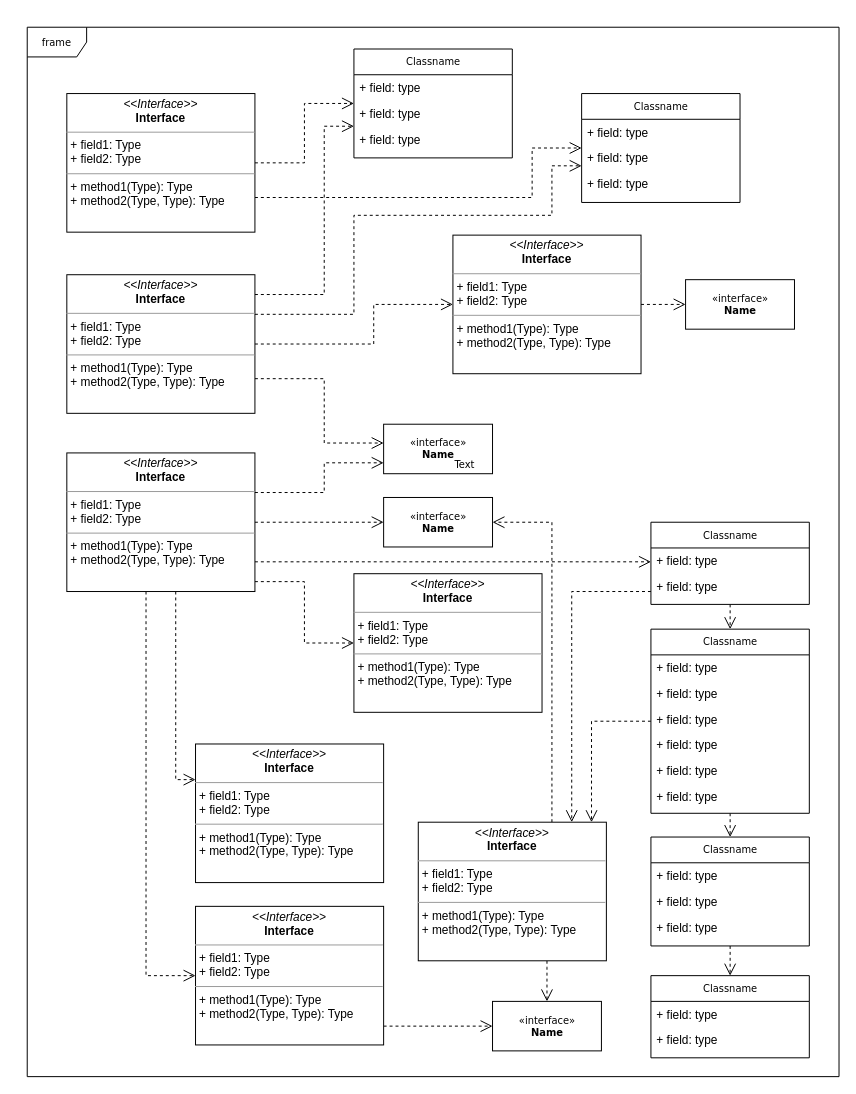
The draw.io diagram Klassenstrukturen/Untitled Diagram.drawio in JulianGottfried/ATdIT_Gruppe2, before the edit. Source tidied: cells renumbered, new cells numbered last; positions are measured from the earlier drawing's top-left corner, leaving out a move shared by most shapes. Both pictures are drawn from the tidied source at 99%, with x=0, y=0 at pixel (27, 27).
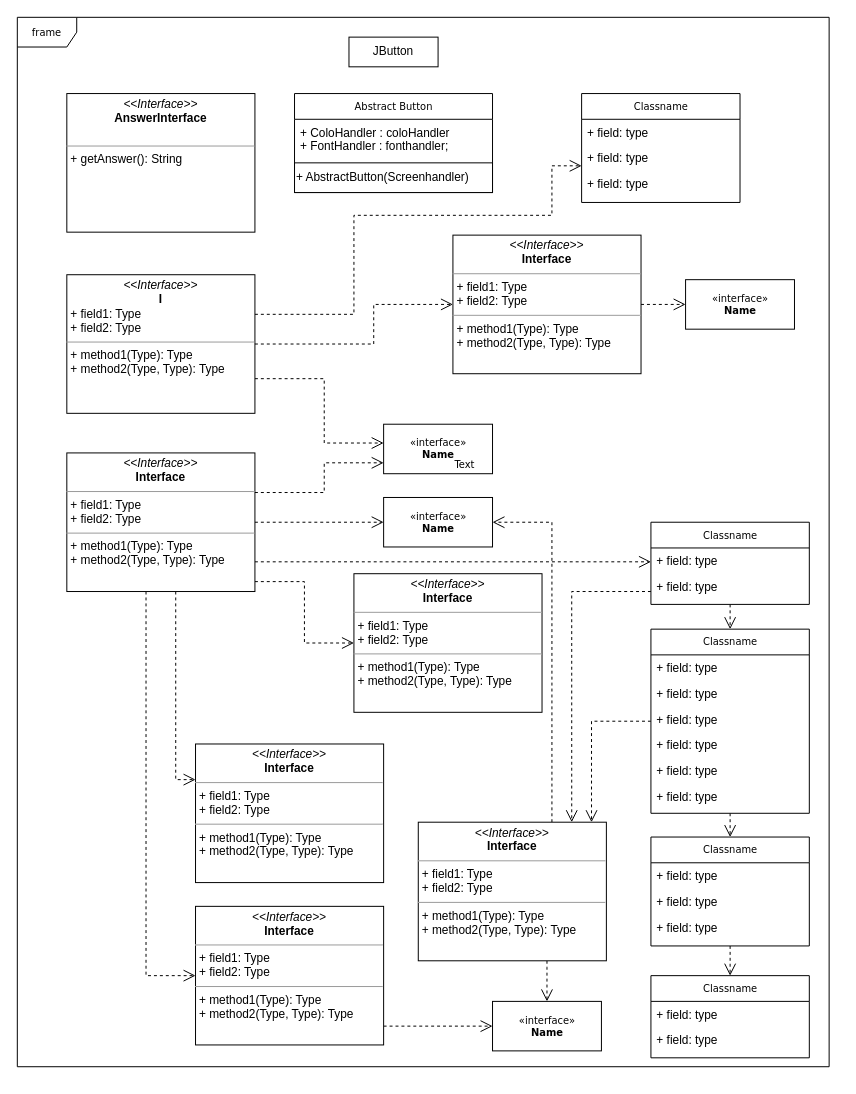
The same diagram, later.

Unchanged cells that the change refers to:
```xml
<mxCell id="16" value="Classname" style="swimlane;html=1;fontStyle=0;horizontal=1;startSize=26;fillColor=none;swimlaneFillColor=#ffffff;rounded=0;shadow=0;comic=0;labelBackgroundColor=none;strokeWidth=1;fontFamily=Verdana;fontSize=10;align=center;" parent="1" vertex="1">
  <mxGeometry x="560" y="67" width="160" height="110" as="geometry" />
</mxCell>
```

Change to the diagram source:
```diff
@@
     <mxCell id="2" value="frame" style="shape=umlFrame;whiteSpace=wrap;html=1;rounded=0;shadow=0;comic=0;labelBackgroundColor=none;strokeWidth=1;fontFamily=Verdana;fontSize=10;align=center;" parent="1" vertex="1">
-      <mxGeometry width="820" height="1060" as="geometry" />
+      <mxGeometry x="-10" y="-10" width="820" height="1060" as="geometry" />
     </mxCell>
@@
-    <mxCell id="12" value="Classname" style="swimlane;html=1;fontStyle=0;horizontal=1;startSize=26;fillColor=none;swimlaneFillColor=#ffffff;rounded=0;shadow=0;comic=0;labelBackgroundColor=none;strokeWidth=1;fontFamily=Verdana;fontSize=10;align=center;" parent="1" vertex="1">
-      <mxGeometry x="330" y="22" width="160" height="110" as="geometry" />
+    <mxCell id="12" value="Abstract Button" style="swimlane;html=1;fontStyle=0;horizontal=1;startSize=26;fillColor=none;swimlaneFillColor=#ffffff;rounded=0;shadow=0;comic=0;labelBackgroundColor=none;strokeWidth=1;fontFamily=Verdana;fontSize=10;align=center;" parent="1" vertex="1">
+      <mxGeometry x="270" y="67" width="200" height="100" as="geometry" />
     </mxCell>
-    <mxCell id="13" value="+ field: type" style="text;html=1;strokeColor=none;fillColor=none;align=left;verticalAlign=top;spacingLeft=4;spacingRight=4;whiteSpace=wrap;overflow=hidden;" parent="12" vertex="1">
-      <mxGeometry y="26" width="160" height="26" as="geometry" />
+    <mxCell id="13" value="+ ColoHandler : coloHandler&lt;br&gt;+ FontHandler : fonthandler;" style="text;html=1;strokeColor=none;fillColor=none;align=left;verticalAlign=top;spacingLeft=4;spacingRight=4;whiteSpace=wrap;overflow=hidden;" parent="12" vertex="1">
+      <mxGeometry y="26" width="200" height="44" as="geometry" />
     </mxCell>
-    <mxCell id="14" value="+ field: type" style="text;html=1;strokeColor=none;fillColor=none;align=left;verticalAlign=top;spacingLeft=4;spacingRight=4;whiteSpace=wrap;overflow=hidden;" parent="12" vertex="1">
-      <mxGeometry y="52" width="160" height="26" as="geometry" />
-    </mxCell>
-    <mxCell id="15" value="+ field: type" style="text;html=1;strokeColor=none;fillColor=none;align=left;verticalAlign=top;spacingLeft=4;spacingRight=4;whiteSpace=wrap;overflow=hidden;" parent="12" vertex="1">
-      <mxGeometry y="78" width="160" height="26" as="geometry" />
-    </mxCell>
+    <mxCell id="62" value="+ AbstractButton(Screenhandler)" style="rounded=0;whiteSpace=wrap;html=1;align=left;" parent="12" vertex="1">
+      <mxGeometry y="70" width="200" height="30" as="geometry" />
+    </mxCell>
@@
-    <mxCell id="46" style="edgeStyle=orthogonalEdgeStyle;rounded=0;html=1;labelBackgroundColor=none;startFill=0;endArrow=open;endFill=0;endSize=10;fontFamily=Verdana;fontSize=10;dashed=1;" parent="1" edge="1" source="48" target="12">
-      <mxGeometry relative="1" as="geometry" />
-    </mxCell>
-    <mxCell id="47" style="edgeStyle=orthogonalEdgeStyle;rounded=0;html=1;exitX=1;exitY=0.75;dashed=1;labelBackgroundColor=none;startFill=0;endArrow=open;endFill=0;endSize=10;fontFamily=Verdana;fontSize=10;" parent="1" edge="1" source="48" target="16">
-      <mxGeometry relative="1" as="geometry">
-        <Array as="points">
-          <mxPoint x="510" y="172" />
-          <mxPoint x="510" y="122" />
-        </Array>
-      </mxGeometry>
-    </mxCell>
-    <mxCell id="48" value="&lt;p style=&quot;margin:0px;margin-top:4px;text-align:center;&quot;&gt;&lt;i&gt;&amp;lt;&amp;lt;Interface&amp;gt;&amp;gt;&lt;/i&gt;&lt;br/&gt;&lt;b&gt;Interface&lt;/b&gt;&lt;/p&gt;&lt;hr size=&quot;1&quot;/&gt;&lt;p style=&quot;margin:0px;margin-left:4px;&quot;&gt;+ field1: Type&lt;br/&gt;+ field2: Type&lt;/p&gt;&lt;hr size=&quot;1&quot;/&gt;&lt;p style=&quot;margin:0px;margin-left:4px;&quot;&gt;+ method1(Type): Type&lt;br/&gt;+ method2(Type, Type): Type&lt;/p&gt;" style="verticalAlign=top;align=left;overflow=fill;fontSize=12;fontFamily=Helvetica;html=1;rounded=0;shadow=0;comic=0;labelBackgroundColor=none;strokeWidth=1;" parent="1" vertex="1">
+    <mxCell id="48" value="&lt;p style=&quot;margin: 0px ; margin-top: 4px ; text-align: center&quot;&gt;&lt;i&gt;&amp;lt;&amp;lt;Interface&amp;gt;&amp;gt;&lt;/i&gt;&lt;br&gt;&lt;b&gt;AnswerInterface&lt;/b&gt;&lt;/p&gt;&lt;p style=&quot;margin: 0px ; margin-left: 4px&quot;&gt;&lt;br&gt;&lt;/p&gt;&lt;hr size=&quot;1&quot;&gt;&lt;p style=&quot;margin: 0px ; margin-left: 4px&quot;&gt;+ getAnswer(): String&lt;br&gt;&lt;/p&gt;" style="verticalAlign=top;align=left;overflow=fill;fontSize=12;fontFamily=Helvetica;html=1;rounded=0;shadow=0;comic=0;labelBackgroundColor=none;strokeWidth=1;" parent="1" vertex="1">
       <mxGeometry x="40" y="67" width="190" height="140" as="geometry" />
     </mxCell>
-    <mxCell id="49" style="edgeStyle=orthogonalEdgeStyle;rounded=0;html=1;dashed=1;labelBackgroundColor=none;startFill=0;endArrow=open;endFill=0;endSize=10;fontFamily=Verdana;fontSize=10;" parent="1" edge="1" source="53" target="12">
-      <mxGeometry relative="1" as="geometry">
-        <Array as="points">
-          <mxPoint x="300" y="270" />
-          <mxPoint x="300" y="100" />
-        </Array>
-      </mxGeometry>
-    </mxCell>
@@
-    <mxCell id="53" value="&lt;p style=&quot;margin:0px;margin-top:4px;text-align:center;&quot;&gt;&lt;i&gt;&amp;lt;&amp;lt;Interface&amp;gt;&amp;gt;&lt;/i&gt;&lt;br/&gt;&lt;b&gt;Interface&lt;/b&gt;&lt;/p&gt;&lt;hr size=&quot;1&quot;/&gt;&lt;p style=&quot;margin:0px;margin-left:4px;&quot;&gt;+ field1: Type&lt;br/&gt;+ field2: Type&lt;/p&gt;&lt;hr size=&quot;1&quot;/&gt;&lt;p style=&quot;margin:0px;margin-left:4px;&quot;&gt;+ method1(Type): Type&lt;br/&gt;+ method2(Type, Type): Type&lt;/p&gt;" style="verticalAlign=top;align=left;overflow=fill;fontSize=12;fontFamily=Helvetica;html=1;rounded=0;shadow=0;comic=0;labelBackgroundColor=none;strokeWidth=1;" parent="1" vertex="1">
+    <mxCell id="53" value="&lt;p style=&quot;margin: 0px ; margin-top: 4px ; text-align: center&quot;&gt;&lt;i&gt;&amp;lt;&amp;lt;Interface&amp;gt;&amp;gt;&lt;/i&gt;&lt;br&gt;&lt;b&gt;I&lt;/b&gt;&lt;/p&gt;&lt;p style=&quot;margin: 0px ; margin-left: 4px&quot;&gt;+ field1: Type&lt;br&gt;+ field2: Type&lt;/p&gt;&lt;hr size=&quot;1&quot;&gt;&lt;p style=&quot;margin: 0px ; margin-left: 4px&quot;&gt;+ method1(Type): Type&lt;br&gt;+ method2(Type, Type): Type&lt;/p&gt;" style="verticalAlign=top;align=left;overflow=fill;fontSize=12;fontFamily=Helvetica;html=1;rounded=0;shadow=0;comic=0;labelBackgroundColor=none;strokeWidth=1;" parent="1" vertex="1">
       <mxGeometry x="40" y="250" width="190" height="140" as="geometry" />
     </mxCell>
@@
+    <mxCell id="63" value="JButton" style="rounded=0;whiteSpace=wrap;html=1;" parent="1" vertex="1">
+      <mxGeometry x="325" y="10" width="90" height="30" as="geometry" />
+    </mxCell>
```
